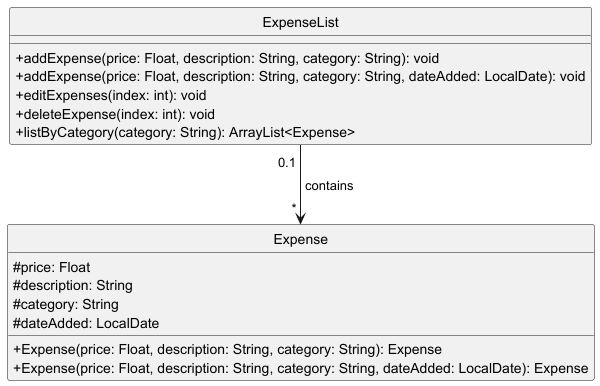
Before: docs/diagrams/images/ExpenseAndExpenseList.png, a diagram exported from PlantUML (nus-cs2113-AY2425S1/tp).
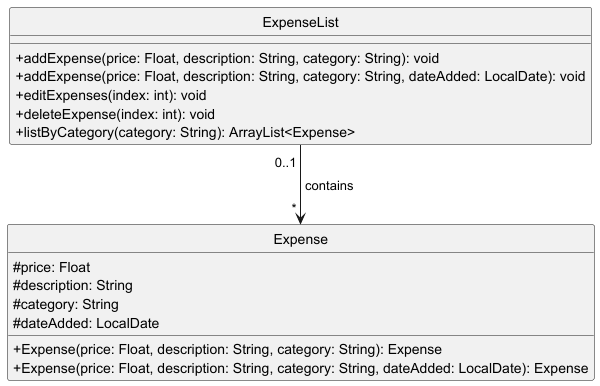
After the commit.

Commit message:
Add UML for Categories and corrected mistake in Expense UML

Change to the diagram source:
```diff
@@ -19,6 +19,6 @@
     +listByCategory(category: String): ArrayList<Expense>
 }
 
-ExpenseList " 0.1 " -d-> " * " Expense : " contains "
+ExpenseList " 0..1 " -d-> " * " Expense : " contains "
 
 @enduml
```
